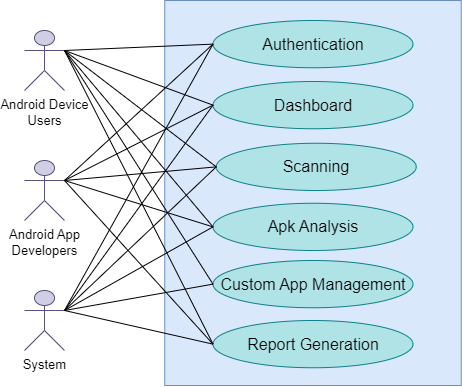
This is SRS/Diagrams/U-1.drawio.png from Shaikh1828/SPL-2, a draw.io export, as it was before one commit. Source tidied: cells renumbered, new cells last; positions are measured from the earlier drawing's top-left corner, leaving out a move shared by most shapes. Its diagram source:
```xml
<mxGraphModel>
  <root>
    <mxCell id="0" />
    <mxCell id="1" parent="0" />
    <mxCell id="2" style="whiteSpace=wrap;html=1;fillColor=#dae8fc;strokeColor=#6c8ebf;" parent="1" vertex="1">
      <mxGeometry x="140.2" width="296.5" height="385" as="geometry" />
    </mxCell>
    <mxCell id="3" value="&lt;font style=&quot;font-size: 13px;&quot;&gt;Android Device&lt;/font&gt;&lt;div&gt;&lt;font style=&quot;font-size: 13px;&quot;&gt;Users&lt;/font&gt;&lt;/div&gt;" style="shape=umlActor;verticalLabelPosition=bottom;verticalAlign=top;html=1;outlineConnect=0;strokeColor=#56517e;fillColor=#d0cee2;" parent="1" vertex="1">
      <mxGeometry y="30" width="40" height="60" as="geometry" />
    </mxCell>
    <mxCell id="4" style="endArrow=none;html=1;rounded=0;entryX=1;entryY=0.3333333333333333;entryDx=0;entryDy=0;entryPerimeter=0;exitX=0;exitY=0.5;exitDx=0;exitDy=0;strokeColor=#000000;" parent="1" edge="1" source="7" target="3">
      <mxGeometry relative="1" as="geometry" />
    </mxCell>
    <mxCell id="5" value="&lt;font style=&quot;font-size: 13px;&quot;&gt;Android App&lt;/font&gt;&lt;div&gt;&lt;span style=&quot;font-size: 13px; background-color: initial;&quot;&gt;Developers&lt;/span&gt;&lt;/div&gt;" style="shape=umlActor;verticalLabelPosition=bottom;verticalAlign=top;html=1;outlineConnect=0;strokeColor=#56517e;fillColor=#d0cee2;" parent="1" vertex="1">
      <mxGeometry y="160" width="40" height="60" as="geometry" />
    </mxCell>
    <mxCell id="6" value="&lt;font style=&quot;font-size: 13px;&quot;&gt;System&lt;/font&gt;" style="shape=umlActor;verticalLabelPosition=bottom;verticalAlign=top;html=1;outlineConnect=0;strokeColor=#56517e;fillColor=#d0cee2;" parent="1" vertex="1">
      <mxGeometry y="290" width="40" height="60" as="geometry" />
    </mxCell>
    <mxCell id="7" value="&lt;font style=&quot;font-size: 16px;&quot;&gt;Authentication&lt;/font&gt;" style="ellipse;whiteSpace=wrap;html=1;fillColor=#b0e3e6;strokeColor=#0e8088;" parent="1" vertex="1">
      <mxGeometry x="188.5" y="20" width="200" height="47.2" as="geometry" />
    </mxCell>
    <mxCell id="8" value="&lt;span id=&quot;docs-internal-guid-96881d4e-7fff-1e06-0df4-de09e5281f5e&quot;&gt;&lt;span style=&quot;background-color: transparent; font-variant-numeric: normal; font-variant-east-asian: normal; font-variant-alternates: normal; font-variant-position: normal; font-variant-emoji: normal; vertical-align: baseline; white-space-collapse: preserve;&quot;&gt;&lt;font face=&quot;Helvetica&quot; style=&quot;font-size: 16px;&quot;&gt;Scanning&lt;/font&gt;&lt;/span&gt;&lt;/span&gt;" style="ellipse;whiteSpace=wrap;html=1;fillColor=#b0e3e6;strokeColor=#0e8088;" parent="1" vertex="1">
      <mxGeometry x="191.8" y="142.8" width="200" height="47.2" as="geometry" />
    </mxCell>
    <mxCell id="9" value="&lt;font style=&quot;font-size: 16px;&quot;&gt;Apk Analysis&lt;/font&gt;" style="ellipse;whiteSpace=wrap;html=1;fillColor=#b0e3e6;strokeColor=#0e8088;" parent="1" vertex="1">
      <mxGeometry x="188.5" y="202.8" width="200" height="47.2" as="geometry" />
    </mxCell>
    <mxCell id="10" style="endArrow=none;html=1;rounded=0;exitX=1;exitY=0.3333333333333333;exitDx=0;exitDy=0;strokeColor=#000000;entryX=0;entryY=0.5;entryDx=0;entryDy=0;exitPerimeter=0;" parent="1" edge="1" source="5" target="8">
      <mxGeometry relative="1" as="geometry" />
    </mxCell>
    <mxCell id="11" style="endArrow=none;html=1;rounded=0;entryX=1;entryY=0.3333333333333333;entryDx=0;entryDy=0;entryPerimeter=0;exitX=0;exitY=0.5;exitDx=0;exitDy=0;strokeColor=#000000;" parent="1" edge="1" source="8" target="3">
      <mxGeometry relative="1" as="geometry" />
    </mxCell>
    <mxCell id="12" style="endArrow=none;html=1;rounded=0;exitX=0;exitY=0.5;exitDx=0;exitDy=0;strokeColor=#000000;entryX=1;entryY=0.3333333333333333;entryDx=0;entryDy=0;entryPerimeter=0;" parent="1" edge="1" source="9" target="6">
      <mxGeometry relative="1" as="geometry" />
    </mxCell>
    <mxCell id="13" style="endArrow=none;html=1;rounded=0;exitX=0;exitY=0.5;exitDx=0;exitDy=0;strokeColor=#000000;entryX=1;entryY=0.3333333333333333;entryDx=0;entryDy=0;entryPerimeter=0;" parent="1" edge="1" source="7" target="6">
      <mxGeometry relative="1" as="geometry" />
    </mxCell>
    <mxCell id="14" style="endArrow=none;html=1;rounded=0;entryX=1;entryY=0.3333333333333333;entryDx=0;entryDy=0;entryPerimeter=0;exitX=0;exitY=0.5;exitDx=0;exitDy=0;strokeColor=#000000;" parent="1" edge="1" source="9" target="3">
      <mxGeometry relative="1" as="geometry" />
    </mxCell>
    <mxCell id="15" style="endArrow=none;html=1;rounded=0;entryX=1;entryY=0.3333333333333333;entryDx=0;entryDy=0;entryPerimeter=0;exitX=0;exitY=0.5;exitDx=0;exitDy=0;strokeColor=#000000;" parent="1" edge="1" source="9" target="5">
      <mxGeometry relative="1" as="geometry" />
    </mxCell>
    <mxCell id="16" style="endArrow=none;html=1;rounded=0;exitX=0;exitY=0.5;exitDx=0;exitDy=0;strokeColor=#000000;entryX=1;entryY=0.3333333333333333;entryDx=0;entryDy=0;entryPerimeter=0;" parent="1" edge="1" source="8" target="6">
      <mxGeometry relative="1" as="geometry" />
    </mxCell>
    <mxCell id="17" value="&lt;div&gt;&lt;span style=&quot;font-size: 16px;&quot;&gt;Dashboard&lt;/span&gt;&lt;/div&gt;" style="ellipse;whiteSpace=wrap;html=1;fillColor=#b0e3e6;strokeColor=#0e8088;" parent="1" vertex="1">
      <mxGeometry x="188.5" y="81" width="200" height="47.2" as="geometry" />
    </mxCell>
    <mxCell id="18" value="&lt;font style=&quot;font-size: 16px;&quot;&gt;Report Generation&lt;/font&gt;" style="ellipse;whiteSpace=wrap;html=1;fillColor=#b0e3e6;strokeColor=#0e8088;" parent="1" vertex="1">
      <mxGeometry x="188.5" y="320" width="200" height="47.2" as="geometry" />
    </mxCell>
    <mxCell id="19" value="&lt;font style=&quot;font-size: 16px;&quot;&gt;Custom App Management&lt;/font&gt;" style="ellipse;whiteSpace=wrap;html=1;fillColor=#b0e3e6;strokeColor=#0e8088;" parent="1" vertex="1">
      <mxGeometry x="188.5" y="260" width="200" height="47.2" as="geometry" />
    </mxCell>
    <mxCell id="20" style="endArrow=none;html=1;rounded=0;entryX=1;entryY=0.3333333333333333;entryDx=0;entryDy=0;entryPerimeter=0;exitX=0;exitY=0.5;exitDx=0;exitDy=0;strokeColor=#000000;" parent="1" edge="1" source="17" target="3">
      <mxGeometry relative="1" as="geometry" />
    </mxCell>
    <mxCell id="21" style="endArrow=none;html=1;rounded=0;entryX=1;entryY=0.3333333333333333;entryDx=0;entryDy=0;entryPerimeter=0;exitX=0;exitY=0.5;exitDx=0;exitDy=0;strokeColor=#000000;" parent="1" edge="1" source="19" target="3">
      <mxGeometry relative="1" as="geometry" />
    </mxCell>
    <mxCell id="22" style="endArrow=none;html=1;rounded=0;entryX=1;entryY=0.3333333333333333;entryDx=0;entryDy=0;entryPerimeter=0;exitX=0;exitY=0.5;exitDx=0;exitDy=0;strokeColor=#000000;" parent="1" edge="1" source="18" target="3">
      <mxGeometry relative="1" as="geometry" />
    </mxCell>
    <mxCell id="23" style="endArrow=none;html=1;rounded=0;exitX=1;exitY=0.3333333333333333;exitDx=0;exitDy=0;strokeColor=#000000;entryX=0;entryY=0.5;entryDx=0;entryDy=0;exitPerimeter=0;" parent="1" edge="1" source="5" target="7">
      <mxGeometry relative="1" as="geometry" />
    </mxCell>
    <mxCell id="24" style="endArrow=none;html=1;rounded=0;exitX=1;exitY=0.3333333333333333;exitDx=0;exitDy=0;strokeColor=#000000;entryX=0;entryY=0.5;entryDx=0;entryDy=0;exitPerimeter=0;" parent="1" edge="1" source="5" target="17">
      <mxGeometry relative="1" as="geometry" />
    </mxCell>
    <mxCell id="25" style="endArrow=none;html=1;rounded=0;exitX=1;exitY=0.3333333333333333;exitDx=0;exitDy=0;strokeColor=#000000;entryX=0;entryY=0.5;entryDx=0;entryDy=0;exitPerimeter=0;" parent="1" edge="1" source="5" target="18">
      <mxGeometry relative="1" as="geometry" />
    </mxCell>
    <mxCell id="26" style="endArrow=none;html=1;rounded=0;strokeColor=#000000;entryX=1;entryY=0.3333333333333333;entryDx=0;entryDy=0;entryPerimeter=0;exitX=0;exitY=0.5;exitDx=0;exitDy=0;" parent="1" edge="1" source="17" target="6">
      <mxGeometry relative="1" as="geometry" />
    </mxCell>
    <mxCell id="27" style="endArrow=none;html=1;rounded=0;exitX=0;exitY=0.5;exitDx=0;exitDy=0;strokeColor=#000000;entryX=1;entryY=0.3333333333333333;entryDx=0;entryDy=0;entryPerimeter=0;" parent="1" edge="1" source="19" target="6">
      <mxGeometry relative="1" as="geometry" />
    </mxCell>
    <mxCell id="28" style="endArrow=none;html=1;rounded=0;exitX=0;exitY=0.5;exitDx=0;exitDy=0;strokeColor=#000000;entryX=1;entryY=0.3333333333333333;entryDx=0;entryDy=0;entryPerimeter=0;" parent="1" edge="1" source="18" target="6">
      <mxGeometry relative="1" as="geometry" />
    </mxCell>
  </root>
</mxGraphModel>
```
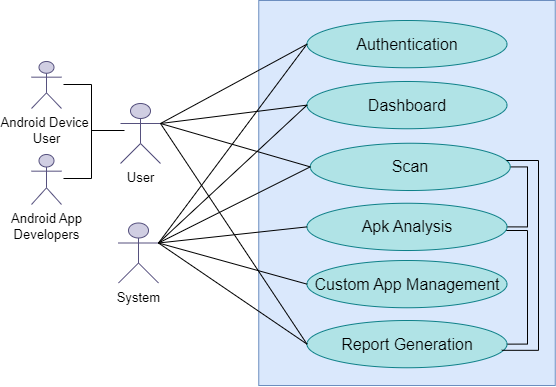
Later version of the same file.

Diff of the diagram source:
```diff
@@ -5,30 +5,40 @@
     <mxCell id="2" style="whiteSpace=wrap;html=1;fillColor=#dae8fc;strokeColor=#6c8ebf;" parent="1" vertex="1">
       <mxGeometry x="140.2" width="296.5" height="385" as="geometry" />
     </mxCell>
-    <mxCell id="3" value="&lt;font style=&quot;font-size: 13px;&quot;&gt;Android Device&lt;/font&gt;&lt;div&gt;&lt;font style=&quot;font-size: 13px;&quot;&gt;Users&lt;/font&gt;&lt;/div&gt;" style="shape=umlActor;verticalLabelPosition=bottom;verticalAlign=top;html=1;outlineConnect=0;strokeColor=#56517e;fillColor=#d0cee2;" parent="1" vertex="1">
-      <mxGeometry y="30" width="40" height="60" as="geometry" />
+    <mxCell id="3" value="&lt;span style=&quot;font-size: 13px;&quot;&gt;User&lt;/span&gt;" style="shape=umlActor;verticalLabelPosition=bottom;verticalAlign=top;html=1;outlineConnect=0;strokeColor=#56517e;fillColor=#d0cee2;" parent="1" vertex="1">
+      <mxGeometry x="2" y="103" width="40" height="60" as="geometry" />
     </mxCell>
     <mxCell id="4" style="endArrow=none;html=1;rounded=0;entryX=1;entryY=0.3333333333333333;entryDx=0;entryDy=0;entryPerimeter=0;exitX=0;exitY=0.5;exitDx=0;exitDy=0;strokeColor=#000000;" parent="1" edge="1" source="7" target="3">
       <mxGeometry relative="1" as="geometry" />
     </mxCell>
-    <mxCell id="5" value="&lt;font style=&quot;font-size: 13px;&quot;&gt;Android App&lt;/font&gt;&lt;div&gt;&lt;span style=&quot;font-size: 13px; background-color: initial;&quot;&gt;Developers&lt;/span&gt;&lt;/div&gt;" style="shape=umlActor;verticalLabelPosition=bottom;verticalAlign=top;html=1;outlineConnect=0;strokeColor=#56517e;fillColor=#d0cee2;" parent="1" vertex="1">
-      <mxGeometry y="160" width="40" height="60" as="geometry" />
-    </mxCell>
     <mxCell id="6" value="&lt;font style=&quot;font-size: 13px;&quot;&gt;System&lt;/font&gt;" style="shape=umlActor;verticalLabelPosition=bottom;verticalAlign=top;html=1;outlineConnect=0;strokeColor=#56517e;fillColor=#d0cee2;" parent="1" vertex="1">
-      <mxGeometry y="290" width="40" height="60" as="geometry" />
+      <mxGeometry y="222.5" width="40" height="60" as="geometry" />
     </mxCell>
     <mxCell id="7" value="&lt;font style=&quot;font-size: 16px;&quot;&gt;Authentication&lt;/font&gt;" style="ellipse;whiteSpace=wrap;html=1;fillColor=#b0e3e6;strokeColor=#0e8088;" parent="1" vertex="1">
       <mxGeometry x="188.5" y="20" width="200" height="47.2" as="geometry" />
     </mxCell>
+    <mxCell id="29" style="edgeStyle=orthogonalEdgeStyle;rounded=0;jettySize=auto;html=1;entryX=1;entryY=0.5;entryDx=0;entryDy=0;endArrow=none;endFill=0;" parent="1" edge="1" source="8" target="9">
+      <mxGeometry relative="1" as="geometry">
+        <Array as="points">
+          <mxPoint x="409" y="166" />
+          <mxPoint x="409" y="226" />
+        </Array>
+      </mxGeometry>
+    </mxCell>
-    <mxCell id="8" value="&lt;span id=&quot;docs-internal-guid-96881d4e-7fff-1e06-0df4-de09e5281f5e&quot;&gt;&lt;span style=&quot;background-color: transparent; font-variant-numeric: normal; font-variant-east-asian: normal; font-variant-alternates: normal; font-variant-position: normal; font-variant-emoji: normal; vertical-align: baseline; white-space-collapse: preserve;&quot;&gt;&lt;font face=&quot;Helvetica&quot; style=&quot;font-size: 16px;&quot;&gt;Scanning&lt;/font&gt;&lt;/span&gt;&lt;/span&gt;" style="ellipse;whiteSpace=wrap;html=1;fillColor=#b0e3e6;strokeColor=#0e8088;" parent="1" vertex="1">
+    <mxCell id="8" value="&lt;span style=&quot;font-size: 16px; white-space-collapse: preserve;&quot;&gt;Scan&lt;/span&gt;" style="ellipse;whiteSpace=wrap;html=1;fillColor=#b0e3e6;strokeColor=#0e8088;" parent="1" vertex="1">
       <mxGeometry x="191.8" y="142.8" width="200" height="47.2" as="geometry" />
     </mxCell>
+    <mxCell id="30" style="edgeStyle=orthogonalEdgeStyle;rounded=0;jettySize=auto;html=1;entryX=1;entryY=0.5;entryDx=0;entryDy=0;endArrow=none;endFill=0;" parent="1" edge="1" source="9" target="18">
+      <mxGeometry relative="1" as="geometry">
+        <Array as="points">
+          <mxPoint x="409" y="230" />
+          <mxPoint x="409" y="344" />
+        </Array>
+      </mxGeometry>
+    </mxCell>
     <mxCell id="9" value="&lt;font style=&quot;font-size: 16px;&quot;&gt;Apk Analysis&lt;/font&gt;" style="ellipse;whiteSpace=wrap;html=1;fillColor=#b0e3e6;strokeColor=#0e8088;" parent="1" vertex="1">
       <mxGeometry x="188.5" y="202.8" width="200" height="47.2" as="geometry" />
     </mxCell>
-    <mxCell id="10" style="endArrow=none;html=1;rounded=0;exitX=1;exitY=0.3333333333333333;exitDx=0;exitDy=0;strokeColor=#000000;entryX=0;entryY=0.5;entryDx=0;entryDy=0;exitPerimeter=0;" parent="1" edge="1" source="5" target="8">
-      <mxGeometry relative="1" as="geometry" />
-    </mxCell>
     <mxCell id="11" style="endArrow=none;html=1;rounded=0;entryX=1;entryY=0.3333333333333333;entryDx=0;entryDy=0;entryPerimeter=0;exitX=0;exitY=0.5;exitDx=0;exitDy=0;strokeColor=#000000;" parent="1" edge="1" source="8" target="3">
       <mxGeometry relative="1" as="geometry" />
     </mxCell>
@@ -38,12 +48,6 @@
     <mxCell id="13" style="endArrow=none;html=1;rounded=0;exitX=0;exitY=0.5;exitDx=0;exitDy=0;strokeColor=#000000;entryX=1;entryY=0.3333333333333333;entryDx=0;entryDy=0;entryPerimeter=0;" parent="1" edge="1" source="7" target="6">
       <mxGeometry relative="1" as="geometry" />
     </mxCell>
-    <mxCell id="14" style="endArrow=none;html=1;rounded=0;entryX=1;entryY=0.3333333333333333;entryDx=0;entryDy=0;entryPerimeter=0;exitX=0;exitY=0.5;exitDx=0;exitDy=0;strokeColor=#000000;" parent="1" edge="1" source="9" target="3">
-      <mxGeometry relative="1" as="geometry" />
-    </mxCell>
-    <mxCell id="15" style="endArrow=none;html=1;rounded=0;entryX=1;entryY=0.3333333333333333;entryDx=0;entryDy=0;entryPerimeter=0;exitX=0;exitY=0.5;exitDx=0;exitDy=0;strokeColor=#000000;" parent="1" edge="1" source="9" target="5">
-      <mxGeometry relative="1" as="geometry" />
-    </mxCell>
     <mxCell id="16" style="endArrow=none;html=1;rounded=0;exitX=0;exitY=0.5;exitDx=0;exitDy=0;strokeColor=#000000;entryX=1;entryY=0.3333333333333333;entryDx=0;entryDy=0;entryPerimeter=0;" parent="1" edge="1" source="8" target="6">
       <mxGeometry relative="1" as="geometry" />
     </mxCell>
@@ -59,21 +63,9 @@
     <mxCell id="20" style="endArrow=none;html=1;rounded=0;entryX=1;entryY=0.3333333333333333;entryDx=0;entryDy=0;entryPerimeter=0;exitX=0;exitY=0.5;exitDx=0;exitDy=0;strokeColor=#000000;" parent="1" edge="1" source="17" target="3">
       <mxGeometry relative="1" as="geometry" />
     </mxCell>
-    <mxCell id="21" style="endArrow=none;html=1;rounded=0;entryX=1;entryY=0.3333333333333333;entryDx=0;entryDy=0;entryPerimeter=0;exitX=0;exitY=0.5;exitDx=0;exitDy=0;strokeColor=#000000;" parent="1" edge="1" source="19" target="3">
-      <mxGeometry relative="1" as="geometry" />
-    </mxCell>
     <mxCell id="22" style="endArrow=none;html=1;rounded=0;entryX=1;entryY=0.3333333333333333;entryDx=0;entryDy=0;entryPerimeter=0;exitX=0;exitY=0.5;exitDx=0;exitDy=0;strokeColor=#000000;" parent="1" edge="1" source="18" target="3">
       <mxGeometry relative="1" as="geometry" />
     </mxCell>
-    <mxCell id="23" style="endArrow=none;html=1;rounded=0;exitX=1;exitY=0.3333333333333333;exitDx=0;exitDy=0;strokeColor=#000000;entryX=0;entryY=0.5;entryDx=0;entryDy=0;exitPerimeter=0;" parent="1" edge="1" source="5" target="7">
-      <mxGeometry relative="1" as="geometry" />
-    </mxCell>
-    <mxCell id="24" style="endArrow=none;html=1;rounded=0;exitX=1;exitY=0.3333333333333333;exitDx=0;exitDy=0;strokeColor=#000000;entryX=0;entryY=0.5;entryDx=0;entryDy=0;exitPerimeter=0;" parent="1" edge="1" source="5" target="17">
-      <mxGeometry relative="1" as="geometry" />
-    </mxCell>
-    <mxCell id="25" style="endArrow=none;html=1;rounded=0;exitX=1;exitY=0.3333333333333333;exitDx=0;exitDy=0;strokeColor=#000000;entryX=0;entryY=0.5;entryDx=0;entryDy=0;exitPerimeter=0;" parent="1" edge="1" source="5" target="18">
-      <mxGeometry relative="1" as="geometry" />
-    </mxCell>
     <mxCell id="26" style="endArrow=none;html=1;rounded=0;strokeColor=#000000;entryX=1;entryY=0.3333333333333333;entryDx=0;entryDy=0;entryPerimeter=0;exitX=0;exitY=0.5;exitDx=0;exitDy=0;" parent="1" edge="1" source="17" target="6">
       <mxGeometry relative="1" as="geometry" />
     </mxCell>
@@ -83,5 +75,35 @@
     <mxCell id="28" style="endArrow=none;html=1;rounded=0;exitX=0;exitY=0.5;exitDx=0;exitDy=0;strokeColor=#000000;entryX=1;entryY=0.3333333333333333;entryDx=0;entryDy=0;entryPerimeter=0;" parent="1" edge="1" source="18" target="6">
       <mxGeometry relative="1" as="geometry" />
     </mxCell>
+    <mxCell id="31" style="edgeStyle=orthogonalEdgeStyle;rounded=0;jettySize=auto;html=1;endArrow=none;endFill=0;entryX=0.974;entryY=0.631;entryDx=0;entryDy=0;entryPerimeter=0;" parent="1" edge="1" source="8" target="18">
+      <mxGeometry relative="1" as="geometry">
+        <Array as="points">
+          <mxPoint x="420" y="160" />
+          <mxPoint x="420" y="350" />
+        </Array>
+      </mxGeometry>
+    </mxCell>
+    <mxCell id="32" value="&lt;font style=&quot;font-size: 13px;&quot;&gt;Android Device&amp;nbsp;&lt;/font&gt;&lt;div&gt;&lt;font style=&quot;font-size: 13px;&quot;&gt;User&lt;/font&gt;&lt;/div&gt;" style="shape=umlActor;verticalLabelPosition=bottom;verticalAlign=top;html=1;strokeColor=#56517e;fillColor=#d0cee2;" parent="1" vertex="1">
+      <mxGeometry x="-87" y="61" width="30" height="47" as="geometry" />
+    </mxCell>
+    <mxCell id="5" value="&lt;font style=&quot;font-size: 13px;&quot;&gt;Android App&lt;/font&gt;&lt;div&gt;&lt;span style=&quot;font-size: 13px; background-color: initial;&quot;&gt;Developers&lt;/span&gt;&lt;/div&gt;" style="shape=umlActor;verticalLabelPosition=bottom;verticalAlign=top;html=1;outlineConnect=0;strokeColor=#56517e;fillColor=#d0cee2;" parent="1" vertex="1">
+      <mxGeometry x="-87" y="154" width="30" height="50" as="geometry" />
+    </mxCell>
+    <mxCell id="33" style="endArrow=none;html=1;rounded=0;" parent="1" edge="1">
+      <mxGeometry relative="1" as="geometry">
+        <mxPoint x="-55" y="178" as="sourcePoint" />
+        <mxPoint x="-55" y="84" as="targetPoint" />
+        <Array as="points">
+          <mxPoint x="-27" y="178" />
+          <mxPoint x="-27" y="84" />
+        </Array>
+      </mxGeometry>
+    </mxCell>
+    <mxCell id="34" style="endArrow=none;html=1;rounded=0;" parent="1" edge="1">
+      <mxGeometry relative="1" as="geometry">
+        <mxPoint x="-27" y="130" as="sourcePoint" />
+        <mxPoint x="6" y="130" as="targetPoint" />
+      </mxGeometry>
+    </mxCell>
   </root>
 </mxGraphModel>
```
